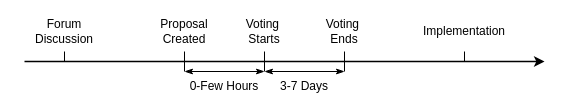
xujiahuayz/dao-governance keeps this draw.io diagram as figures/timeline.drawio. Above is the earlier version. Source tidied: cells renumbered, new cells numbered last; positions are measured from the earlier drawing's top-left corner, leaving out a move shared by most shapes. Both pictures are drawn from the tidied source at 100%, with x=0, y=0 at pixel (24, 21).
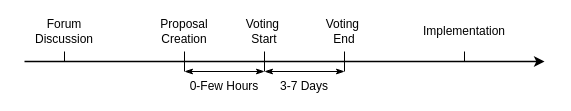
Above is the later version.

Commit message (it also covers changes not shown here):
update timeline concepts

Change to the diagram source:
```diff
@@
-    <mxCell id="6" value="&lt;span&gt;Proposal&lt;/span&gt;&lt;div&gt;&lt;span&gt;Created&lt;/span&gt;&lt;/div&gt;" style="text;html=1;whiteSpace=wrap;strokeColor=none;fillColor=none;align=center;verticalAlign=middle;rounded=0;fontStyle=0;" parent="1" vertex="1">
+    <mxCell id="6" value="&lt;span&gt;Proposal&lt;/span&gt;&lt;div&gt;&lt;span&gt;Creation&lt;/span&gt;&lt;/div&gt;" style="text;html=1;whiteSpace=wrap;strokeColor=none;fillColor=none;align=center;verticalAlign=middle;rounded=0;fontStyle=0;" parent="1" vertex="1">
       <mxGeometry x="120" width="80" height="20" as="geometry" />
     </mxCell>
@@
-    <mxCell id="8" value="&lt;span&gt;Voting&amp;nbsp;&lt;/span&gt;&lt;div&gt;&lt;span&gt;Starts&lt;/span&gt;&lt;/div&gt;" style="text;html=1;whiteSpace=wrap;strokeColor=none;fillColor=none;align=center;verticalAlign=middle;rounded=0;fontStyle=0;" parent="1" vertex="1">
+    <mxCell id="8" value="&lt;span&gt;Voting&amp;nbsp;&lt;/span&gt;&lt;div&gt;&lt;span&gt;Start&lt;/span&gt;&lt;/div&gt;" style="text;html=1;whiteSpace=wrap;strokeColor=none;fillColor=none;align=center;verticalAlign=middle;rounded=0;fontStyle=0;" parent="1" vertex="1">
       <mxGeometry x="200" width="80" height="20" as="geometry" />
     </mxCell>
@@
-    <mxCell id="10" value="&lt;span&gt;Voting&amp;nbsp;&lt;/span&gt;&lt;div&gt;&lt;span&gt;Ends&lt;/span&gt;&lt;/div&gt;" style="text;html=1;whiteSpace=wrap;strokeColor=none;fillColor=none;align=center;verticalAlign=middle;rounded=0;fontStyle=0;" parent="1" vertex="1">
+    <mxCell id="10" value="&lt;span&gt;Voting&amp;nbsp;&lt;/span&gt;&lt;div&gt;&lt;span&gt;End&lt;/span&gt;&lt;/div&gt;" style="text;html=1;whiteSpace=wrap;strokeColor=none;fillColor=none;align=center;verticalAlign=middle;rounded=0;fontStyle=0;" parent="1" vertex="1">
       <mxGeometry x="280" width="80" height="20" as="geometry" />
     </mxCell>
```
